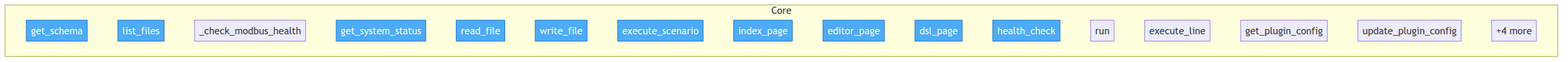
This is project/flow.png from oqlos/weboql, a Mermaid export, as it was before one commit. Its source is kept beside it as project/flow.mmd.
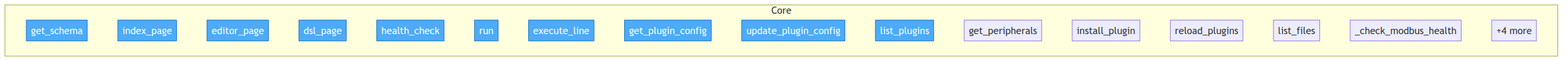
After the change.

Change to the diagram source:
```diff
@@ -4,12 +4,6 @@
 
     subgraph Core
         weboql__api__schema__get_schema["get_schema"]
-        weboql__api__editor__list_files["list_files"]
-        weboql__api__editor___check_modbus_health["_check_modbus_health"]
-        weboql__api__editor__get_system_status["get_system_status"]
-        weboql__api__editor__read_file["read_file"]
-        weboql__api__editor__write_file["write_file"]
-        weboql__api__editor__execute_scenario["execute_scenario"]
         weboql__main__index_page["index_page"]
         weboql__main__editor_page["editor_page"]
         weboql__main__dsl_page["dsl_page"]
@@ -18,7 +12,13 @@
         weboql__api__plugins_api__execute_line["execute_line"]
         weboql__api__plugins_api__get_plugin_config["get_plugin_config"]
         weboql__api__plugins_api__update_plugin_config["update_plugin_config"]
+        weboql__api__plugins_api__list_plugins["list_plugins"]
+        weboql__api__plugins_api__get_peripherals["get_peripherals"]
+        weboql__api__plugins_api__install_plugin["install_plugin"]
+        weboql__api__plugins_api__reload_plugins["reload_plugins"]
+        weboql__api__editor__list_files["list_files"]
+        weboql__api__editor___check_modbus_health["_check_modbus_health"]
         ...["+4 more"]
     end
 
-    class weboql__api__schema__get_schema,weboql__api__editor__list_files,weboql__api__editor__get_system_status,weboql__api__editor__read_file,weboql__api__editor__write_file,weboql__api__editor__execute_scenario,weboql__main__index_page,weboql__main__editor_page,weboql__main__dsl_page,weboql__main__health_check entry
+    class weboql__api__schema__get_schema,weboql__main__index_page,weboql__main__editor_page,weboql__main__dsl_page,weboql__main__health_check,weboql__main__run,weboql__api__plugins_api__execute_line,weboql__api__plugins_api__get_plugin_config,weboql__api__plugins_api__update_plugin_config,weboql__api__plugins_api__list_plugins entry
```
